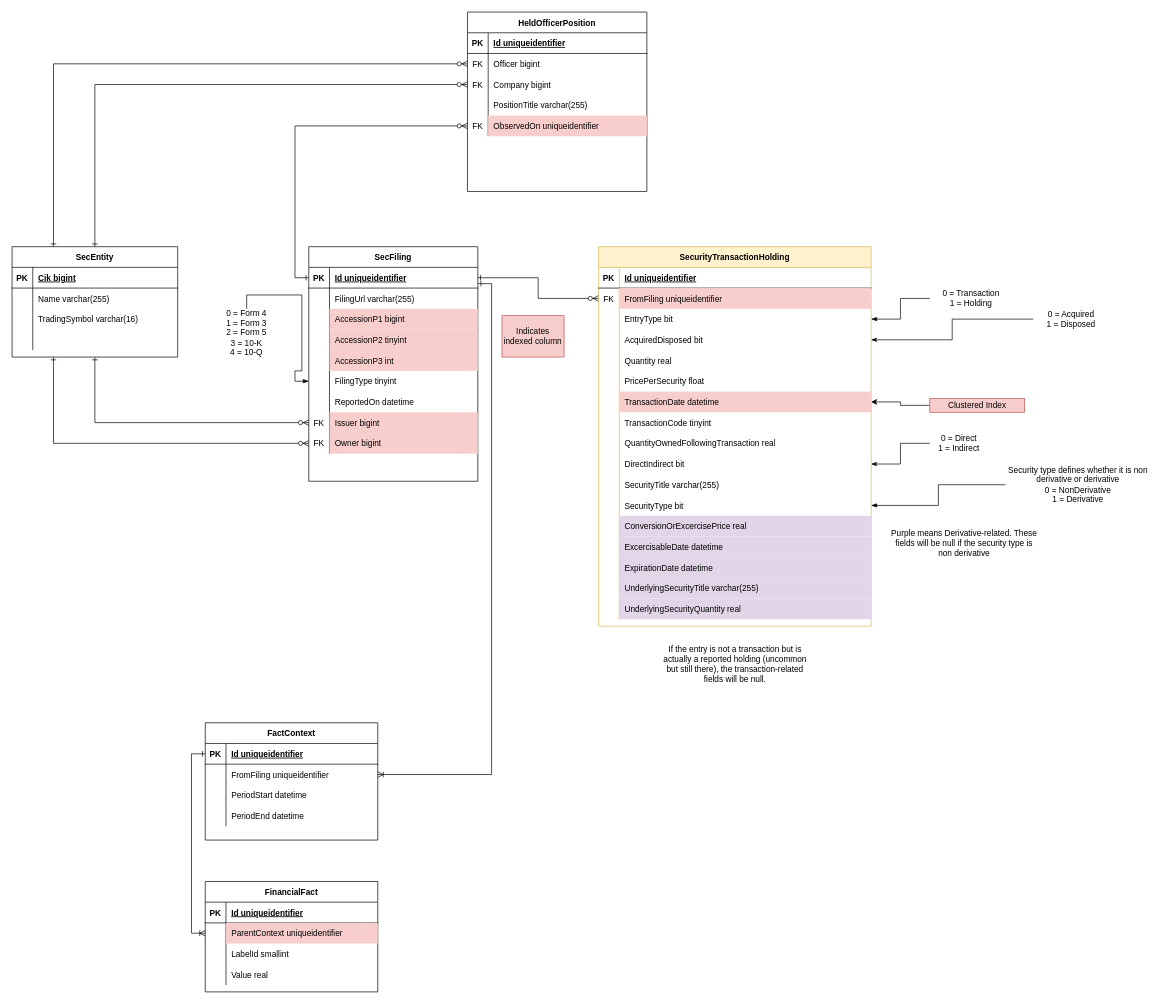
TimHanewich/Aletheia-Engine-Library keeps this draw.io diagram as page "Filing-Derived" (1 of 3) of AletheiaErd.drawio. Above is the earlier version. Source tidied: cells renumbered, new cells numbered last; positions are measured from the earlier drawing's top-left corner, leaving out a move shared by most shapes. Both pictures are drawn from the tidied source at 69%, with x=0, y=0 at pixel (12, 12).
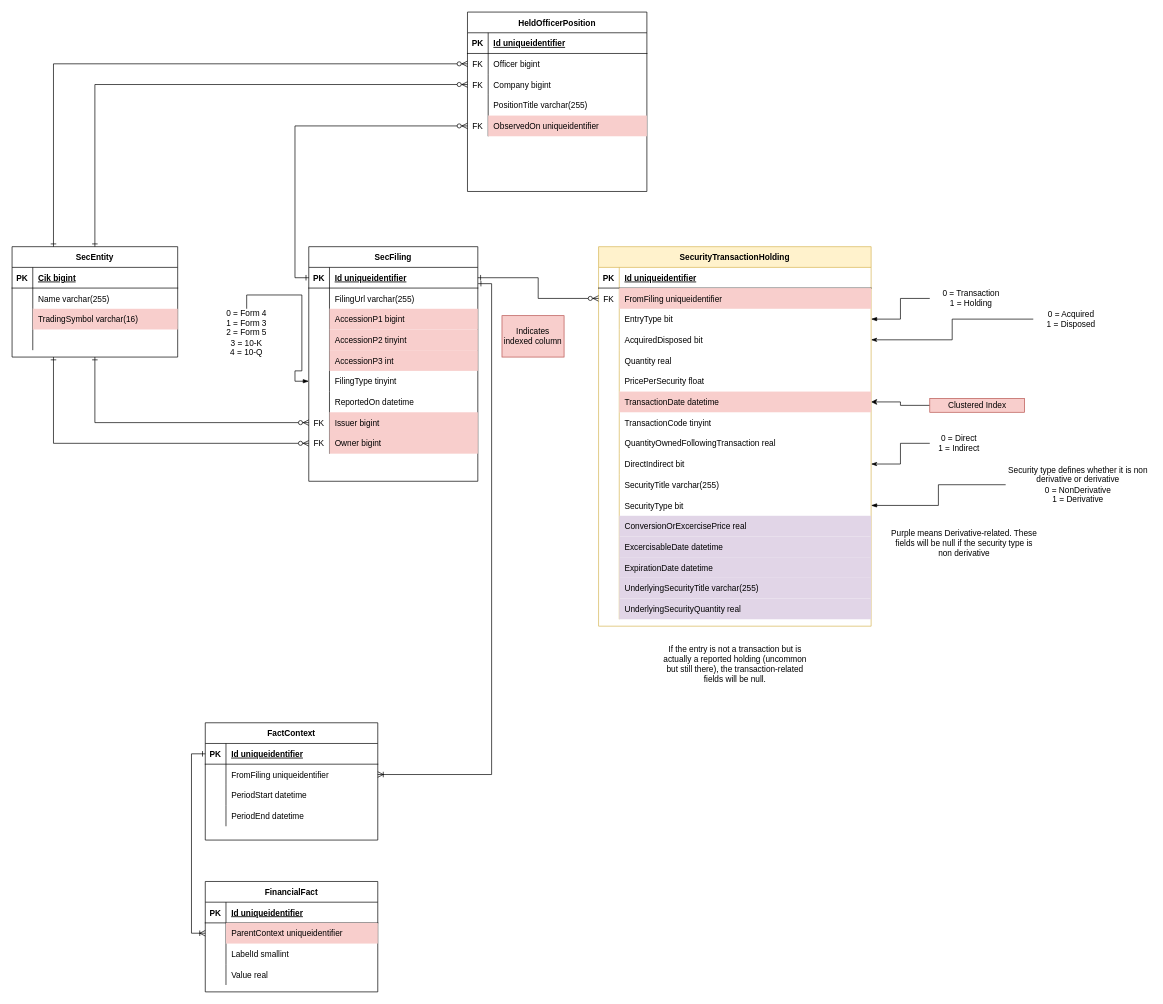
Above is the later version.

Commit message:
Marked indexed column TradingSymbol for SecEntity

Unchanged cells that the change refers to:
```xml
<mxCell id="9" style="shape=partialRectangle;fillColor=none;top=0;left=0;bottom=0;right=0;" parent="2" vertex="1">
  <mxGeometry y="90" width="240" height="30" as="geometry" />
</mxCell>
```

The edit, as a diff of the source:
```diff
@@
-    <mxCell id="11" value="TradingSymbol varchar(16)" style="shape=partialRectangle;fillColor=none;top=0;left=0;bottom=0;right=0;align=left;spacingLeft=6;overflow=hidden;" parent="9" vertex="1">
+    <mxCell id="11" value="TradingSymbol varchar(16)" style="shape=partialRectangle;fillColor=#f8cecc;top=0;left=0;bottom=0;right=0;align=left;spacingLeft=6;overflow=hidden;strokeColor=#b85450;" parent="9" vertex="1">
       <mxGeometry x="30" width="210" height="30" as="geometry" />
     </mxCell>
```
